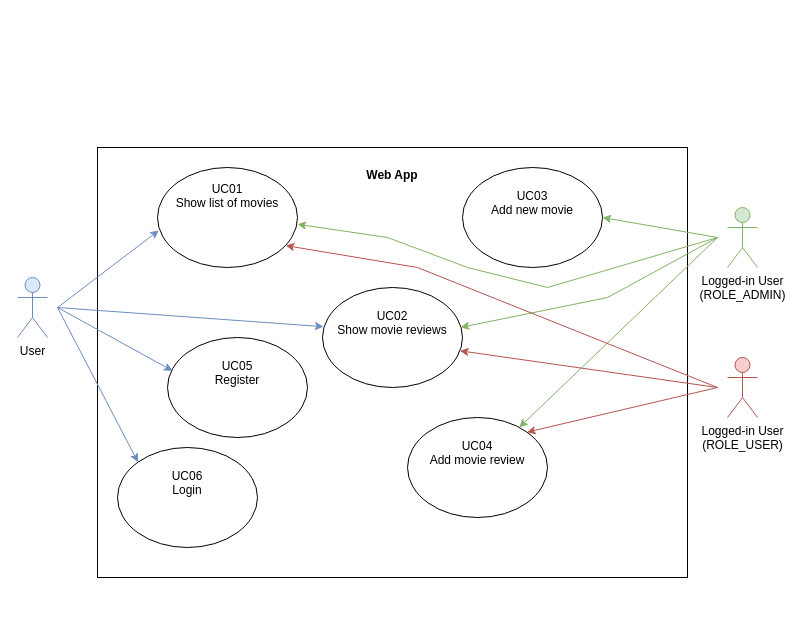
Above: diagrams/use_case/use_case.drawio in BossD3struction/swi1-web-app (draw.io), before the change. Source tidied: cells renumbered, new cells numbered last; positions are measured from the earlier drawing's top-left corner, leaving out a move shared by most shapes. Both pictures are drawn from the tidied source at 100%, with x=0, y=0 at pixel (17, 147).
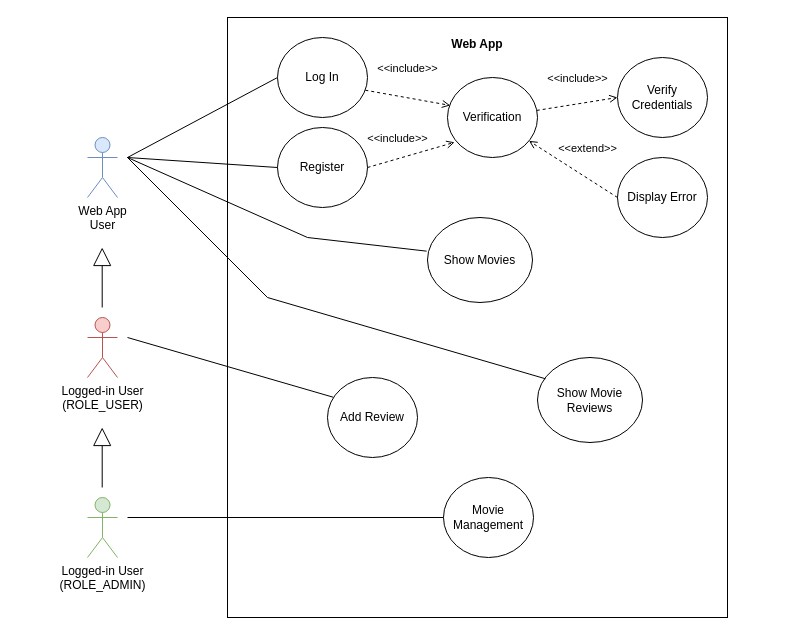
Above is the later version.

What changed in the source:
```diff
@@
-    <mxCell id="2" value="&lt;b&gt;Web App&lt;/b&gt;&lt;br&gt;&lt;br&gt;&lt;br&gt;&lt;br&gt;&lt;br&gt;&lt;br&gt;&lt;br&gt;&lt;br&gt;&lt;br&gt;&lt;br&gt;&lt;br&gt;&lt;br&gt;&lt;br&gt;&lt;br&gt;&lt;br&gt;&lt;br&gt;&lt;br&gt;&lt;br&gt;&lt;br&gt;&lt;br&gt;&lt;br&gt;&lt;br&gt;&lt;br&gt;&lt;br&gt;&lt;br&gt;&lt;br&gt;&lt;br&gt;" style="rounded=0;whiteSpace=wrap;html=1;" parent="1" vertex="1">
-      <mxGeometry x="80" width="590" height="430" as="geometry" />
+    <mxCell id="2" value="&lt;b&gt;Web App&lt;/b&gt;&lt;br&gt;&lt;br&gt;&lt;br&gt;&lt;br&gt;&lt;br&gt;&lt;br&gt;&lt;br&gt;&lt;br&gt;&lt;br&gt;&lt;br&gt;&lt;br&gt;&lt;br&gt;&lt;br&gt;&lt;br&gt;&lt;br&gt;&lt;br&gt;&lt;br&gt;&lt;br&gt;&lt;br&gt;&lt;br&gt;&lt;br&gt;&lt;br&gt;&lt;br&gt;&lt;br&gt;&lt;br&gt;&lt;br&gt;&lt;br&gt;&lt;br&gt;&lt;br&gt;&lt;br&gt;&lt;br&gt;&lt;br&gt;&lt;br&gt;&lt;br&gt;&lt;br&gt;&lt;br&gt;&lt;br&gt;&lt;br&gt;&lt;br&gt;" style="rounded=0;whiteSpace=wrap;html=1;" parent="1" vertex="1">
+      <mxGeometry x="210" y="-130" width="500" height="600" as="geometry" />
     </mxCell>
     <mxCell id="3" value="Logged-in User &lt;br&gt;(ROLE_ADMIN)" style="shape=umlActor;verticalLabelPosition=bottom;verticalAlign=top;html=1;fillColor=#d5e8d4;strokeColor=#82b366;" parent="1" vertex="1">
-      <mxGeometry x="710" y="60" width="30" height="60" as="geometry" />
+      <mxGeometry x="70" y="350" width="30" height="60" as="geometry" />
     </mxCell>
-    <mxCell id="4" value="UC01&lt;br&gt;Show list of movies&lt;br&gt;&lt;br&gt;&lt;br&gt;&lt;br&gt;" style="ellipse;whiteSpace=wrap;html=1;" parent="1" vertex="1">
-      <mxGeometry x="140" y="20" width="140" height="100" as="geometry" />
+    <mxCell id="4" value="Show Movies" style="ellipse;whiteSpace=wrap;html=1;" parent="1" vertex="1">
+      <mxGeometry x="410" y="70" width="105" height="85" as="geometry" />
     </mxCell>
-    <mxCell id="5" value="UC02&lt;br&gt;Show movie reviews&lt;br&gt;&lt;br&gt;&lt;br&gt;" style="ellipse;whiteSpace=wrap;html=1;" parent="1" vertex="1">
-      <mxGeometry x="305" y="140" width="140" height="100" as="geometry" />
+    <mxCell id="5" value="Show Movie Reviews" style="ellipse;whiteSpace=wrap;html=1;" parent="1" vertex="1">
+      <mxGeometry x="520" y="210" width="105" height="85" as="geometry" />
     </mxCell>
-    <mxCell id="6" value="UC05&lt;br&gt;Register&lt;br&gt;&lt;br&gt;&lt;br&gt;" style="ellipse;whiteSpace=wrap;html=1;" parent="1" vertex="1">
-      <mxGeometry x="150" y="190" width="140" height="100" as="geometry" />
-    </mxCell>
-    <mxCell id="7" value="UC06&lt;br&gt;Login&lt;br&gt;&lt;br&gt;&lt;br&gt;" style="ellipse;whiteSpace=wrap;html=1;" parent="1" vertex="1">
-      <mxGeometry x="100" y="300" width="140" height="100" as="geometry" />
-    </mxCell>
-    <mxCell id="8" value="User" style="shape=umlActor;verticalLabelPosition=bottom;verticalAlign=top;html=1;fillColor=#dae8fc;strokeColor=#6c8ebf;" parent="1" vertex="1">
-      <mxGeometry y="130" width="30" height="60" as="geometry" />
+    <mxCell id="8" value="Web App &lt;br&gt;User" style="shape=umlActor;verticalLabelPosition=bottom;verticalAlign=top;html=1;fillColor=#dae8fc;strokeColor=#6c8ebf;" parent="1" vertex="1">
+      <mxGeometry x="70" y="-10" width="30" height="60" as="geometry" />
     </mxCell>
-    <mxCell id="9" value="UC04&lt;br&gt;Add movie review&lt;br&gt;&lt;br&gt;&lt;br&gt;" style="ellipse;whiteSpace=wrap;html=1;" parent="1" vertex="1">
-      <mxGeometry x="390" y="270" width="140" height="100" as="geometry" />
+    <mxCell id="9" value="Add Review" style="ellipse;whiteSpace=wrap;html=1;" parent="1" vertex="1">
+      <mxGeometry x="310" y="230" width="90" height="80" as="geometry" />
     </mxCell>
     <mxCell id="10" value="Logged-in User &lt;br&gt;(ROLE_USER)" style="shape=umlActor;verticalLabelPosition=bottom;verticalAlign=top;html=1;fillColor=#f8cecc;strokeColor=#b85450;" parent="1" vertex="1">
-      <mxGeometry x="710" y="210" width="30" height="60" as="geometry" />
+      <mxGeometry x="70" y="170" width="30" height="60" as="geometry" />
     </mxCell>
-    <mxCell id="11" value="UC03&lt;br&gt;Add new movie&lt;br&gt;&lt;br&gt;&lt;br&gt;" style="ellipse;whiteSpace=wrap;html=1;" parent="1" vertex="1">
-      <mxGeometry x="445" y="20" width="140" height="100" as="geometry" />
+    <mxCell id="11" value="Movie Management" style="ellipse;whiteSpace=wrap;html=1;" parent="1" vertex="1">
+      <mxGeometry x="426" y="330" width="90" height="80" as="geometry" />
     </mxCell>
-    <mxCell id="12" style="endArrow=classic;html=1;rounded=0;entryX=0.009;entryY=0.63;entryDx=0;entryDy=0;entryPerimeter=0;fillColor=#dae8fc;strokeColor=#6c8ebf;" parent="1" edge="1" target="4">
-      <mxGeometry relative="1" as="geometry">
-        <mxPoint x="40" y="160" as="sourcePoint" />
-      </mxGeometry>
-    </mxCell>
-    <mxCell id="13" style="endArrow=classic;html=1;rounded=0;entryX=0.036;entryY=0.333;entryDx=0;entryDy=0;entryPerimeter=0;fillColor=#dae8fc;strokeColor=#6c8ebf;" parent="1" edge="1" target="6">
-      <mxGeometry relative="1" as="geometry">
-        <mxPoint x="40" y="160" as="sourcePoint" />
-      </mxGeometry>
-    </mxCell>
-    <mxCell id="14" style="endArrow=classic;html=1;rounded=0;entryX=0;entryY=0;entryDx=0;entryDy=0;fillColor=#dae8fc;strokeColor=#6c8ebf;" parent="1" edge="1" target="7">
-      <mxGeometry relative="1" as="geometry">
-        <mxPoint x="40" y="160" as="sourcePoint" />
-      </mxGeometry>
-    </mxCell>
-    <mxCell id="15" style="endArrow=classic;html=1;rounded=0;entryX=0.007;entryY=0.392;entryDx=0;entryDy=0;entryPerimeter=0;fillColor=#dae8fc;strokeColor=#6c8ebf;" parent="1" edge="1" target="5">
-      <mxGeometry relative="1" as="geometry">
-        <mxPoint x="40" y="160" as="sourcePoint" />
-      </mxGeometry>
-    </mxCell>
-    <mxCell id="16" style="endArrow=classic;html=1;rounded=0;entryX=1;entryY=0.5;entryDx=0;entryDy=0;fillColor=#d5e8d4;strokeColor=#82b366;" parent="1" edge="1" target="11">
-      <mxGeometry relative="1" as="geometry">
-        <mxPoint x="700" y="90" as="sourcePoint" />
-      </mxGeometry>
-    </mxCell>
-    <mxCell id="17" style="endArrow=classic;html=1;rounded=0;entryX=0.987;entryY=0.399;entryDx=0;entryDy=0;entryPerimeter=0;fillColor=#d5e8d4;strokeColor=#82b366;" parent="1" edge="1" target="5">
-      <mxGeometry relative="1" as="geometry">
-        <mxPoint x="700" y="90" as="sourcePoint" />
-        <Array as="points">
-          <mxPoint x="590" y="150" />
-        </Array>
-      </mxGeometry>
-    </mxCell>
-    <mxCell id="18" style="endArrow=classic;html=1;rounded=0;entryX=1;entryY=0.568;entryDx=0;entryDy=0;entryPerimeter=0;fillColor=#d5e8d4;strokeColor=#82b366;" parent="1" edge="1" target="4">
-      <mxGeometry relative="1" as="geometry">
-        <mxPoint x="700" y="90" as="sourcePoint" />
-        <Array as="points">
-          <mxPoint x="530" y="140" />
-          <mxPoint x="450" y="120" />
-          <mxPoint x="370" y="90" />
-        </Array>
-      </mxGeometry>
-    </mxCell>
-    <mxCell id="19" style="endArrow=classic;html=1;rounded=0;fillColor=#d5e8d4;strokeColor=#82b366;" parent="1" edge="1" target="9">
-      <mxGeometry relative="1" as="geometry">
-        <mxPoint x="700" y="90" as="sourcePoint" />
-      </mxGeometry>
-    </mxCell>
-    <mxCell id="20" style="endArrow=classic;html=1;rounded=0;entryX=1;entryY=0;entryDx=0;entryDy=0;fillColor=#f8cecc;strokeColor=#b85450;" parent="1" edge="1" target="9">
-      <mxGeometry relative="1" as="geometry">
-        <mxPoint x="700" y="240" as="sourcePoint" />
-      </mxGeometry>
-    </mxCell>
-    <mxCell id="21" style="endArrow=classic;html=1;rounded=0;entryX=0.982;entryY=0.633;entryDx=0;entryDy=0;entryPerimeter=0;fillColor=#f8cecc;strokeColor=#b85450;" parent="1" edge="1" target="5">
-      <mxGeometry relative="1" as="geometry">
-        <mxPoint x="700" y="240" as="sourcePoint" />
-      </mxGeometry>
-    </mxCell>
-    <mxCell id="22" style="endArrow=classic;html=1;rounded=0;entryX=0.916;entryY=0.781;entryDx=0;entryDy=0;fillColor=#f8cecc;strokeColor=#b85450;entryPerimeter=0;" parent="1" edge="1" target="4">
-      <mxGeometry relative="1" as="geometry">
-        <mxPoint x="700" y="240" as="sourcePoint" />
-        <Array as="points">
-          <mxPoint x="400" y="120" />
-        </Array>
-      </mxGeometry>
-    </mxCell>
+    <mxCell id="23" style="endArrow=block;endSize=16;endFill=0;html=1;rounded=0;" parent="1" edge="1">
+      <mxGeometry relative="1" as="geometry">
+        <mxPoint x="84.7" y="160" as="sourcePoint" />
+        <mxPoint x="84.7" y="100" as="targetPoint" />
+      </mxGeometry>
+    </mxCell>
+    <mxCell id="24" style="endArrow=none;html=1;rounded=0;entryX=-0.008;entryY=0.396;entryDx=0;entryDy=0;entryPerimeter=0;" parent="1" edge="1" target="4">
+      <mxGeometry relative="1" as="geometry">
+        <mxPoint x="110" y="10" as="sourcePoint" />
+        <Array as="points">
+          <mxPoint x="290" y="90" />
+        </Array>
+      </mxGeometry>
+    </mxCell>
+    <mxCell id="25" style="endArrow=none;html=1;rounded=0;entryX=0.075;entryY=0.25;entryDx=0;entryDy=0;entryPerimeter=0;" parent="1" edge="1" target="5">
+      <mxGeometry relative="1" as="geometry">
+        <mxPoint x="110" y="10" as="sourcePoint" />
+        <Array as="points">
+          <mxPoint x="250" y="150" />
+        </Array>
+      </mxGeometry>
+    </mxCell>
+    <mxCell id="26" style="endArrow=block;endSize=16;endFill=0;html=1;rounded=0;" parent="1" edge="1">
+      <mxGeometry relative="1" as="geometry">
+        <mxPoint x="84.7" y="340" as="sourcePoint" />
+        <mxPoint x="84.7" y="280" as="targetPoint" />
+      </mxGeometry>
+    </mxCell>
+    <mxCell id="27" style="endArrow=none;html=1;rounded=0;entryX=0.062;entryY=0.246;entryDx=0;entryDy=0;entryPerimeter=0;" parent="1" edge="1" target="9">
+      <mxGeometry relative="1" as="geometry">
+        <mxPoint x="110" y="190" as="sourcePoint" />
+      </mxGeometry>
+    </mxCell>
+    <mxCell id="28" style="endArrow=none;html=1;rounded=0;entryX=0;entryY=0.5;entryDx=0;entryDy=0;" parent="1" edge="1" target="11">
+      <mxGeometry relative="1" as="geometry">
+        <mxPoint x="110" y="370" as="sourcePoint" />
+      </mxGeometry>
+    </mxCell>
+    <mxCell id="29" value="Verification" style="ellipse;whiteSpace=wrap;html=1;" parent="1" vertex="1">
+      <mxGeometry x="430" y="-70" width="90" height="80" as="geometry" />
+    </mxCell>
+    <mxCell id="30" value="Display Error" style="ellipse;whiteSpace=wrap;html=1;" parent="1" vertex="1">
+      <mxGeometry x="600" y="10" width="90" height="80" as="geometry" />
+    </mxCell>
+    <mxCell id="31" value="&amp;lt;&amp;lt;extend&amp;gt;&amp;gt;" style="html=1;verticalAlign=bottom;labelBackgroundColor=none;endArrow=open;endFill=0;dashed=1;rounded=0;exitX=0;exitY=0.5;exitDx=0;exitDy=0;" parent="1" edge="1" source="30" target="29">
+      <mxGeometry x="-0.11" y="-18" relative="1" as="geometry" />
+    </mxCell>
+    <mxCell id="32" value="Verify Credentials" style="ellipse;whiteSpace=wrap;html=1;" parent="1" vertex="1">
+      <mxGeometry x="600" y="-90" width="90" height="80" as="geometry" />
+    </mxCell>
+    <mxCell id="33" value="&amp;lt;&amp;lt;include&amp;gt;&amp;gt;" style="html=1;verticalAlign=bottom;labelBackgroundColor=none;endArrow=open;endFill=0;dashed=1;rounded=0;entryX=0;entryY=0.5;entryDx=0;entryDy=0;" parent="1" edge="1" source="29" target="32">
+      <mxGeometry x="0.07" y="16" relative="1" as="geometry" />
+    </mxCell>
+    <mxCell id="34" style="endArrow=none;html=1;rounded=0;entryX=0;entryY=0.5;entryDx=0;entryDy=0;" parent="1" edge="1" target="37">
+      <mxGeometry relative="1" as="geometry">
+        <mxPoint x="110" y="10" as="sourcePoint" />
+      </mxGeometry>
+    </mxCell>
+    <mxCell id="35" value="Register" style="ellipse;whiteSpace=wrap;html=1;" parent="1" vertex="1">
+      <mxGeometry x="260" y="-20" width="90" height="80" as="geometry" />
+    </mxCell>
+    <mxCell id="36" style="endArrow=none;html=1;rounded=0;entryX=0;entryY=0.5;entryDx=0;entryDy=0;" parent="1" edge="1" target="35">
+      <mxGeometry relative="1" as="geometry">
+        <mxPoint x="110" y="10" as="sourcePoint" />
+      </mxGeometry>
+    </mxCell>
+    <mxCell id="37" value="Log In" style="ellipse;whiteSpace=wrap;html=1;" parent="1" vertex="1">
+      <mxGeometry x="260" y="-110" width="90" height="80" as="geometry" />
+    </mxCell>
+    <mxCell id="38" value="&amp;lt;&amp;lt;include&amp;gt;&amp;gt;" style="html=1;verticalAlign=bottom;labelBackgroundColor=none;endArrow=open;endFill=0;dashed=1;rounded=0;entryX=0.03;entryY=0.349;entryDx=0;entryDy=0;exitX=0.976;exitY=0.659;exitDx=0;exitDy=0;exitPerimeter=0;entryPerimeter=0;" parent="1" edge="1" source="37" target="29">
+      <mxGeometry x="-0.09" y="20" relative="1" as="geometry" />
+    </mxCell>
+    <mxCell id="39" value="&amp;lt;&amp;lt;include&amp;gt;&amp;gt;" style="html=1;verticalAlign=bottom;labelBackgroundColor=none;endArrow=open;endFill=0;dashed=1;rounded=0;entryX=0.079;entryY=0.81;entryDx=0;entryDy=0;exitX=1;exitY=0.5;exitDx=0;exitDy=0;entryPerimeter=0;" parent="1" edge="1" source="35" target="29">
+      <mxGeometry x="-0.24" y="11" relative="1" as="geometry" />
+    </mxCell>
```
